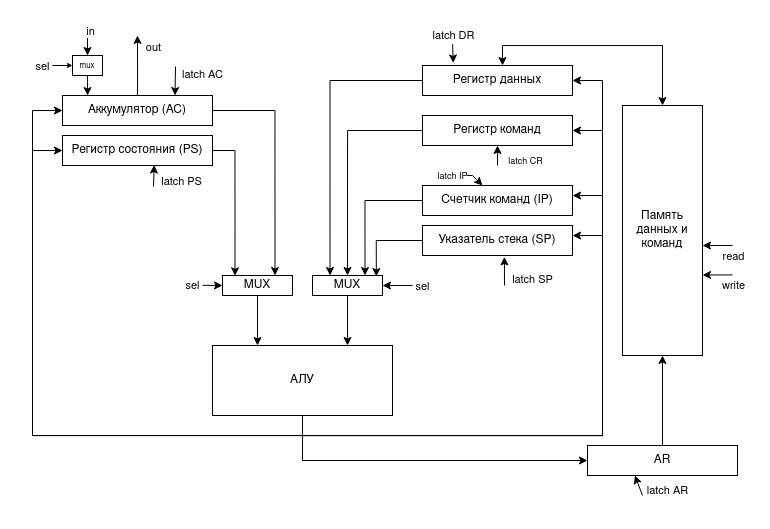
Above: img/datapath.png in Moleus/comp-arch-lab3 (draw.io), before the change. Source tidied: cells renumbered, new cells last; positions are measured from the earlier drawing's top-left corner, leaving out a move shared by most shapes. Source of this version:
```xml
<mxGraphModel>
  <root>
    <mxCell id="0" />
    <mxCell id="1" parent="0" />
    <mxCell id="2" style="edgeStyle=orthogonalEdgeStyle;rounded=0;jettySize=auto;html=1;exitX=1;exitY=0.5;exitDx=0;exitDy=0;entryX=0.75;entryY=0;entryDx=0;entryDy=0;" parent="1" edge="1" source="5" target="29">
      <mxGeometry relative="1" as="geometry" />
    </mxCell>
    <mxCell id="3" style="edgeStyle=orthogonalEdgeStyle;rounded=0;jettySize=auto;html=1;" parent="1" edge="1" source="5">
      <mxGeometry relative="1" as="geometry">
        <mxPoint x="105" as="targetPoint" />
      </mxGeometry>
    </mxCell>
    <mxCell id="4" value="out" style="edgeLabel;html=1;align=center;verticalAlign=middle;" parent="3" vertex="1">
      <mxGeometry x="0.63" y="-4" relative="1" as="geometry">
        <mxPoint x="11" as="offset" />
      </mxGeometry>
    </mxCell>
    <mxCell id="5" value="&lt;div&gt;Аккумулятор (AC)&lt;/div&gt;" style="rounded=0;whiteSpace=wrap;html=1;" parent="1" vertex="1">
      <mxGeometry x="30" y="60" width="150" height="30" as="geometry" />
    </mxCell>
    <mxCell id="6" value="&lt;div&gt;Регистр состояния (PS)&lt;/div&gt;" style="rounded=0;whiteSpace=wrap;html=1;" parent="1" vertex="1">
      <mxGeometry x="30" y="100" width="150" height="30" as="geometry" />
    </mxCell>
    <mxCell id="7" value="Указатель стека (SP)" style="rounded=0;whiteSpace=wrap;html=1;" parent="1" vertex="1">
      <mxGeometry x="390" y="190" width="150" height="30" as="geometry" />
    </mxCell>
    <mxCell id="8" style="edgeStyle=orthogonalEdgeStyle;rounded=0;jettySize=auto;html=1;entryX=0.25;entryY=0;entryDx=0;entryDy=0;" parent="1" edge="1" source="10" target="25">
      <mxGeometry relative="1" as="geometry" />
    </mxCell>
    <mxCell id="9" style="edgeStyle=orthogonalEdgeStyle;rounded=0;jettySize=auto;html=1;entryX=0.5;entryY=1;entryDx=0;entryDy=0;startArrow=classic;startFill=1;" parent="1" edge="1" source="10" target="20">
      <mxGeometry relative="1" as="geometry">
        <Array as="points">
          <mxPoint x="470" y="10" />
          <mxPoint x="630" y="10" />
        </Array>
      </mxGeometry>
    </mxCell>
    <mxCell id="10" value="&lt;div&gt;Регистр данных&lt;/div&gt;" style="rounded=0;whiteSpace=wrap;html=1;" parent="1" vertex="1">
      <mxGeometry x="390" y="30" width="150" height="30" as="geometry" />
    </mxCell>
    <mxCell id="11" style="edgeStyle=orthogonalEdgeStyle;rounded=0;jettySize=auto;html=1;entryX=0.5;entryY=0;entryDx=0;entryDy=0;" parent="1" edge="1" source="12" target="25">
      <mxGeometry relative="1" as="geometry" />
    </mxCell>
    <mxCell id="12" value="&lt;div&gt;Регистр команд&lt;/div&gt;" style="rounded=0;whiteSpace=wrap;html=1;" parent="1" vertex="1">
      <mxGeometry x="390" y="80" width="150" height="30" as="geometry" />
    </mxCell>
    <mxCell id="13" value="&lt;div&gt;Счетчик команд (IP)&lt;/div&gt;" style="rounded=0;whiteSpace=wrap;html=1;" parent="1" vertex="1">
      <mxGeometry x="390" y="150" width="150" height="30" as="geometry" />
    </mxCell>
    <mxCell id="14" style="edgeStyle=orthogonalEdgeStyle;rounded=0;jettySize=auto;html=1;exitX=0.5;exitY=1;exitDx=0;exitDy=0;" parent="1" edge="1" source="17" target="19">
      <mxGeometry relative="1" as="geometry">
        <Array as="points">
          <mxPoint x="270" y="425" />
        </Array>
      </mxGeometry>
    </mxCell>
    <mxCell id="15" style="edgeStyle=orthogonalEdgeStyle;rounded=0;jettySize=auto;html=1;exitX=0.5;exitY=1;exitDx=0;exitDy=0;" parent="1" edge="1" source="17" target="10">
      <mxGeometry relative="1" as="geometry">
        <Array as="points">
          <mxPoint x="270" y="400" />
          <mxPoint x="570" y="400" />
          <mxPoint x="570" y="45" />
        </Array>
      </mxGeometry>
    </mxCell>
    <mxCell id="16" style="edgeStyle=orthogonalEdgeStyle;rounded=0;jettySize=auto;html=1;" parent="1" edge="1" source="17" target="5">
      <mxGeometry relative="1" as="geometry">
        <Array as="points">
          <mxPoint x="270" y="400" />
          <mxPoint y="400" />
          <mxPoint y="75" />
        </Array>
      </mxGeometry>
    </mxCell>
    <mxCell id="17" value="АЛУ" style="rounded=0;whiteSpace=wrap;html=1;" parent="1" vertex="1">
      <mxGeometry x="180" y="310" width="180" height="70" as="geometry" />
    </mxCell>
    <mxCell id="18" style="edgeStyle=orthogonalEdgeStyle;rounded=0;jettySize=auto;html=1;" parent="1" edge="1" source="19" target="20">
      <mxGeometry relative="1" as="geometry" />
    </mxCell>
    <mxCell id="19" value="&lt;div&gt;AR&lt;/div&gt;" style="rounded=0;whiteSpace=wrap;html=1;" parent="1" vertex="1">
      <mxGeometry x="555" y="410" width="150" height="30" as="geometry" />
    </mxCell>
    <mxCell id="20" value="Память данных и команд" style="rounded=0;whiteSpace=wrap;html=1;direction=west;" parent="1" vertex="1">
      <mxGeometry x="590" y="70" width="80" height="250" as="geometry" />
    </mxCell>
    <mxCell id="21" style="edgeStyle=orthogonalEdgeStyle;rounded=0;jettySize=auto;html=1;entryX=0.75;entryY=0;entryDx=0;entryDy=0;" parent="1" edge="1" source="13" target="25">
      <mxGeometry relative="1" as="geometry" />
    </mxCell>
    <mxCell id="22" style="edgeStyle=orthogonalEdgeStyle;rounded=0;jettySize=auto;html=1;entryX=0.912;entryY=0.05;entryDx=0;entryDy=0;entryPerimeter=0;" parent="1" edge="1" source="7" target="25">
      <mxGeometry relative="1" as="geometry" />
    </mxCell>
    <mxCell id="23" style="edgeStyle=orthogonalEdgeStyle;rounded=0;jettySize=auto;html=1;entryX=0.25;entryY=0;entryDx=0;entryDy=0;exitX=0.5;exitY=1;exitDx=0;exitDy=0;" parent="1" edge="1" source="29" target="17">
      <mxGeometry relative="1" as="geometry" />
    </mxCell>
    <mxCell id="24" style="edgeStyle=orthogonalEdgeStyle;rounded=0;jettySize=auto;html=1;entryX=0.75;entryY=0;entryDx=0;entryDy=0;" parent="1" edge="1" source="25" target="17">
      <mxGeometry relative="1" as="geometry" />
    </mxCell>
    <mxCell id="25" value="MUX" style="rounded=0;whiteSpace=wrap;html=1;" parent="1" vertex="1">
      <mxGeometry x="280" y="240" width="70" height="20" as="geometry" />
    </mxCell>
    <mxCell id="26" style="edgeStyle=orthogonalEdgeStyle;rounded=0;jettySize=auto;html=1;exitX=0.5;exitY=1;exitDx=0;exitDy=0;" parent="1" edge="1" source="17" target="12">
      <mxGeometry relative="1" as="geometry">
        <Array as="points">
          <mxPoint x="270" y="400" />
          <mxPoint x="570" y="400" />
          <mxPoint x="570" y="95" />
        </Array>
      </mxGeometry>
    </mxCell>
    <mxCell id="27" style="edgeStyle=orthogonalEdgeStyle;rounded=0;jettySize=auto;html=1;exitX=0.5;exitY=1;exitDx=0;exitDy=0;" parent="1" edge="1" source="17" target="7">
      <mxGeometry relative="1" as="geometry">
        <Array as="points">
          <mxPoint x="270" y="400" />
          <mxPoint x="570" y="400" />
          <mxPoint x="570" y="200" />
        </Array>
      </mxGeometry>
    </mxCell>
    <mxCell id="28" style="edgeStyle=orthogonalEdgeStyle;rounded=0;jettySize=auto;html=1;entryX=0.179;entryY=0.014;entryDx=0;entryDy=0;entryPerimeter=0;exitX=1;exitY=0.5;exitDx=0;exitDy=0;" parent="1" edge="1" source="6" target="29">
      <mxGeometry relative="1" as="geometry" />
    </mxCell>
    <mxCell id="29" value="MUX" style="rounded=0;whiteSpace=wrap;html=1;" parent="1" vertex="1">
      <mxGeometry x="190" y="240" width="70" height="20" as="geometry" />
    </mxCell>
    <mxCell id="30" style="edgeStyle=orthogonalEdgeStyle;rounded=0;jettySize=auto;html=1;exitX=0.5;exitY=1;exitDx=0;exitDy=0;" parent="1" edge="1" source="17" target="13">
      <mxGeometry relative="1" as="geometry">
        <Array as="points">
          <mxPoint x="270" y="400" />
          <mxPoint x="570" y="400" />
          <mxPoint x="570" y="160" />
        </Array>
      </mxGeometry>
    </mxCell>
    <mxCell id="31" style="endArrow=classic;html=1;rounded=0;entryX=0.75;entryY=0;entryDx=0;entryDy=0;" parent="1" edge="1" target="5">
      <mxGeometry relative="1" as="geometry">
        <mxPoint x="143" y="31" as="sourcePoint" />
      </mxGeometry>
    </mxCell>
    <mxCell id="32" value="latch AC" style="edgeLabel;html=1;align=center;verticalAlign=middle;" parent="31" vertex="1">
      <mxGeometry x="-0.48" relative="1" as="geometry">
        <mxPoint x="27" as="offset" />
      </mxGeometry>
    </mxCell>
    <mxCell id="33" style="endArrow=classic;html=1;rounded=0;entryX=0.611;entryY=0.984;entryDx=0;entryDy=0;entryPerimeter=0;" parent="1" edge="1" target="6">
      <mxGeometry relative="1" as="geometry">
        <mxPoint x="121" y="151" as="sourcePoint" />
      </mxGeometry>
    </mxCell>
    <mxCell id="34" value="&lt;div&gt;latch PS&lt;/div&gt;" style="edgeLabel;html=1;align=center;verticalAlign=middle;" parent="33" vertex="1">
      <mxGeometry x="-0.48" relative="1" as="geometry">
        <mxPoint x="27" as="offset" />
      </mxGeometry>
    </mxCell>
    <mxCell id="35" style="endArrow=classic;html=1;rounded=0;entryX=0.546;entryY=1.047;entryDx=0;entryDy=0;entryPerimeter=0;" parent="1" edge="1" target="7">
      <mxGeometry relative="1" as="geometry">
        <mxPoint x="472" y="250" as="sourcePoint" />
      </mxGeometry>
    </mxCell>
    <mxCell id="36" value="&lt;div&gt;latch SP&lt;br&gt;&lt;/div&gt;" style="edgeLabel;html=1;align=center;verticalAlign=middle;" parent="35" vertex="1">
      <mxGeometry x="-0.48" relative="1" as="geometry">
        <mxPoint x="27" as="offset" />
      </mxGeometry>
    </mxCell>
    <mxCell id="37" style="endArrow=classic;html=1;rounded=0;entryX=1;entryY=0.5;entryDx=0;entryDy=0;" parent="1" edge="1" target="25">
      <mxGeometry relative="1" as="geometry">
        <mxPoint x="380" y="250" as="sourcePoint" />
      </mxGeometry>
    </mxCell>
    <mxCell id="38" value="&lt;div&gt;sel&lt;/div&gt;" style="edgeLabel;html=1;align=center;verticalAlign=middle;" parent="37" vertex="1">
      <mxGeometry x="-0.48" relative="1" as="geometry">
        <mxPoint x="18" as="offset" />
      </mxGeometry>
    </mxCell>
    <mxCell id="39" style="endArrow=classic;html=1;rounded=0;entryX=0;entryY=0.5;entryDx=0;entryDy=0;" parent="1" edge="1" target="29">
      <mxGeometry relative="1" as="geometry">
        <mxPoint x="170" y="249.8" as="sourcePoint" />
      </mxGeometry>
    </mxCell>
    <mxCell id="40" value="&lt;div&gt;sel&lt;/div&gt;" style="edgeLabel;html=1;align=center;verticalAlign=middle;" parent="39" vertex="1">
      <mxGeometry x="-0.48" relative="1" as="geometry">
        <mxPoint x="-15" as="offset" />
      </mxGeometry>
    </mxCell>
    <mxCell id="41" style="endArrow=classic;html=1;rounded=0;entryX=0.5;entryY=0;entryDx=0;entryDy=0;" parent="1" edge="1" target="44">
      <mxGeometry relative="1" as="geometry">
        <mxPoint x="55" as="sourcePoint" />
      </mxGeometry>
    </mxCell>
    <mxCell id="42" value="in" style="edgeLabel;html=1;align=center;verticalAlign=middle;" parent="41" vertex="1">
      <mxGeometry x="-0.48" relative="1" as="geometry">
        <mxPoint x="2" y="-9" as="offset" />
      </mxGeometry>
    </mxCell>
    <mxCell id="43" style="edgeStyle=orthogonalEdgeStyle;rounded=0;jettySize=auto;html=1;exitX=0.5;exitY=1;exitDx=0;exitDy=0;entryX=0;entryY=0.5;entryDx=0;entryDy=0;" parent="1" edge="1" source="17" target="6">
      <mxGeometry relative="1" as="geometry">
        <Array as="points">
          <mxPoint x="270" y="400" />
          <mxPoint y="400" />
          <mxPoint y="115" />
        </Array>
      </mxGeometry>
    </mxCell>
    <mxCell id="44" value="&lt;font style=&quot;font-size: 8px;&quot;&gt;mux&lt;/font&gt;" style="rounded=0;whiteSpace=wrap;html=1;" parent="1" vertex="1">
      <mxGeometry x="40" y="20" width="30" height="20" as="geometry" />
    </mxCell>
    <mxCell id="45" style="edgeStyle=orthogonalEdgeStyle;rounded=0;jettySize=auto;html=1;entryX=0.17;entryY=-0.019;entryDx=0;entryDy=0;entryPerimeter=0;" parent="1" edge="1" source="44" target="5">
      <mxGeometry relative="1" as="geometry" />
    </mxCell>
    <mxCell id="46" style="endArrow=classic;html=1;rounded=0;jumpSize=3;startSize=3;strokeWidth=1;endSize=3;" parent="1" edge="1" target="44">
      <mxGeometry relative="1" as="geometry">
        <mxPoint x="20" y="30" as="sourcePoint" />
      </mxGeometry>
    </mxCell>
    <mxCell id="47" value="&lt;div&gt;sel&lt;/div&gt;" style="edgeLabel;html=1;align=center;verticalAlign=middle;" parent="46" vertex="1">
      <mxGeometry x="-0.48" relative="1" as="geometry">
        <mxPoint x="-15" as="offset" />
      </mxGeometry>
    </mxCell>
    <mxCell id="48" style="endArrow=classic;html=1;rounded=0;entryX=0.205;entryY=-0.086;entryDx=0;entryDy=0;entryPerimeter=0;" parent="1" edge="1" target="10">
      <mxGeometry relative="1" as="geometry">
        <mxPoint x="420.1" y="8.6" as="sourcePoint" />
      </mxGeometry>
    </mxCell>
    <mxCell id="49" value="&lt;div&gt;latch DR&lt;br&gt;&lt;/div&gt;" style="edgeLabel;html=1;align=center;verticalAlign=middle;" parent="48" vertex="1">
      <mxGeometry x="-0.48" relative="1" as="geometry">
        <mxPoint y="-14" as="offset" />
      </mxGeometry>
    </mxCell>
    <mxCell id="50" style="endArrow=classic;html=1;rounded=0;" parent="1" edge="1" target="12">
      <mxGeometry relative="1" as="geometry">
        <mxPoint x="465" y="130" as="sourcePoint" />
      </mxGeometry>
    </mxCell>
    <mxCell id="51" value="&lt;div style=&quot;font-size: 9px;&quot;&gt;&lt;font style=&quot;font-size: 9px;&quot;&gt;latch CR&lt;br&gt;&lt;/font&gt;&lt;/div&gt;" style="edgeLabel;html=1;align=center;verticalAlign=middle;" parent="50" vertex="1">
      <mxGeometry x="-0.48" relative="1" as="geometry">
        <mxPoint x="27" as="offset" />
      </mxGeometry>
    </mxCell>
    <mxCell id="52" style="endArrow=classic;html=1;rounded=0;" parent="1" edge="1" target="13">
      <mxGeometry relative="1" as="geometry">
        <mxPoint x="430" y="140" as="sourcePoint" />
        <Array as="points">
          <mxPoint x="440" y="140" />
        </Array>
      </mxGeometry>
    </mxCell>
    <mxCell id="53" value="&lt;div style=&quot;font-size: 9px;&quot;&gt;&lt;font style=&quot;font-size: 9px;&quot;&gt;latch IP&lt;br&gt;&lt;/font&gt;&lt;/div&gt;" style="edgeLabel;html=1;align=center;verticalAlign=middle;" parent="52" vertex="1">
      <mxGeometry x="-0.48" relative="1" as="geometry">
        <mxPoint x="-16" as="offset" />
      </mxGeometry>
    </mxCell>
    <mxCell id="54" style="endArrow=classic;html=1;rounded=0;entryX=0.316;entryY=1;entryDx=0;entryDy=0;entryPerimeter=0;" parent="1" edge="1" target="19">
      <mxGeometry relative="1" as="geometry">
        <mxPoint x="610" y="460" as="sourcePoint" />
      </mxGeometry>
    </mxCell>
    <mxCell id="55" value="&lt;div&gt;latch AR&lt;br&gt;&lt;/div&gt;" style="edgeLabel;html=1;align=center;verticalAlign=middle;" parent="54" vertex="1">
      <mxGeometry x="-0.48" relative="1" as="geometry">
        <mxPoint x="27" as="offset" />
      </mxGeometry>
    </mxCell>
    <mxCell id="56" style="endArrow=classic;html=1;rounded=0;" parent="1" edge="1">
      <mxGeometry relative="1" as="geometry">
        <mxPoint x="700" y="210" as="sourcePoint" />
        <mxPoint x="670" y="210" as="targetPoint" />
      </mxGeometry>
    </mxCell>
    <mxCell id="57" value="&lt;div&gt;read&lt;/div&gt;" style="edgeLabel;html=1;align=center;verticalAlign=middle;" parent="56" vertex="1">
      <mxGeometry x="-0.57" y="3" relative="1" as="geometry">
        <mxPoint x="6" y="7" as="offset" />
      </mxGeometry>
    </mxCell>
    <mxCell id="58" style="endArrow=classic;html=1;rounded=0;" parent="1" edge="1">
      <mxGeometry relative="1" as="geometry">
        <mxPoint x="700" y="239.4" as="sourcePoint" />
        <mxPoint x="670" y="239.4" as="targetPoint" />
      </mxGeometry>
    </mxCell>
    <mxCell id="59" value="&lt;div&gt;write&lt;/div&gt;" style="edgeLabel;html=1;align=center;verticalAlign=middle;" parent="58" vertex="1">
      <mxGeometry x="-0.57" y="3" relative="1" as="geometry">
        <mxPoint x="6" y="7" as="offset" />
      </mxGeometry>
    </mxCell>
  </root>
</mxGraphModel>
```
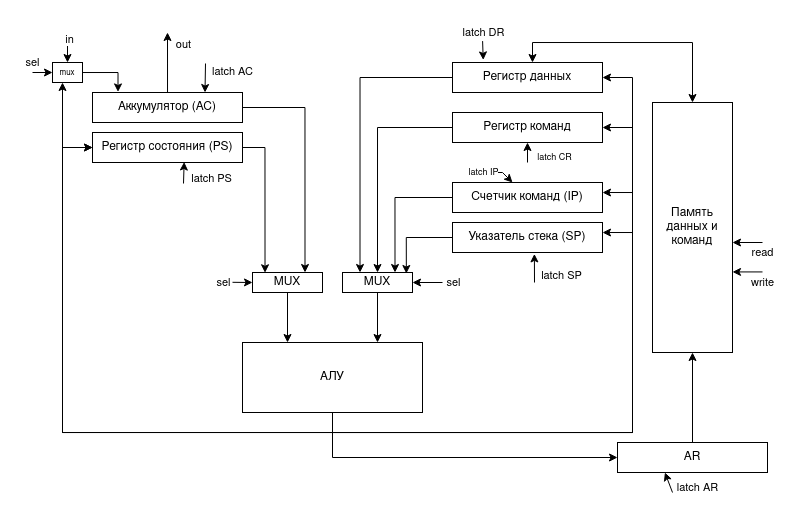
After the commit.

What changed in the source:
```diff
@@ -63,12 +63,11 @@
         </Array>
       </mxGeometry>
     </mxCell>
-    <mxCell id="16" style="edgeStyle=orthogonalEdgeStyle;rounded=0;jettySize=auto;html=1;" parent="1" edge="1" source="17" target="5">
+    <mxCell id="16" style="edgeStyle=orthogonalEdgeStyle;rounded=0;jettySize=auto;html=1;" parent="1" edge="1" source="17" target="44">
       <mxGeometry relative="1" as="geometry">
         <Array as="points">
           <mxPoint x="270" y="400" />
           <mxPoint y="400" />
-          <mxPoint y="75" />
         </Array>
       </mxGeometry>
     </mxCell>
@@ -184,7 +183,7 @@
     </mxCell>
     <mxCell id="41" style="endArrow=classic;html=1;rounded=0;entryX=0.5;entryY=0;entryDx=0;entryDy=0;" parent="1" edge="1" target="44">
       <mxGeometry relative="1" as="geometry">
-        <mxPoint x="55" as="sourcePoint" />
+        <mxPoint x="5" y="10" as="sourcePoint" />
       </mxGeometry>
     </mxCell>
     <mxCell id="42" value="in" style="edgeLabel;html=1;align=center;verticalAlign=middle;" parent="41" vertex="1">
@@ -202,7 +201,7 @@
       </mxGeometry>
     </mxCell>
     <mxCell id="44" value="&lt;font style=&quot;font-size: 8px;&quot;&gt;mux&lt;/font&gt;" style="rounded=0;whiteSpace=wrap;html=1;" parent="1" vertex="1">
-      <mxGeometry x="40" y="20" width="30" height="20" as="geometry" />
+      <mxGeometry x="-10" y="30" width="30" height="20" as="geometry" />
     </mxCell>
     <mxCell id="45" style="edgeStyle=orthogonalEdgeStyle;rounded=0;jettySize=auto;html=1;entryX=0.17;entryY=-0.019;entryDx=0;entryDy=0;entryPerimeter=0;" parent="1" edge="1" source="44" target="5">
       <mxGeometry relative="1" as="geometry" />
@@ -214,7 +213,7 @@
     </mxCell>
     <mxCell id="47" value="&lt;div&gt;sel&lt;/div&gt;" style="edgeLabel;html=1;align=center;verticalAlign=middle;" parent="46" vertex="1">
       <mxGeometry x="-0.48" relative="1" as="geometry">
-        <mxPoint x="-15" as="offset" />
+        <mxPoint x="-50" as="offset" />
       </mxGeometry>
     </mxCell>
     <mxCell id="48" style="endArrow=classic;html=1;rounded=0;entryX=0.205;entryY=-0.086;entryDx=0;entryDy=0;entryPerimeter=0;" parent="1" edge="1" target="10">
@@ -282,5 +281,19 @@
         <mxPoint x="6" y="7" as="offset" />
       </mxGeometry>
     </mxCell>
+    <mxCell id="60" style="edgeStyle=orthogonalEdgeStyle;rounded=0;jettySize=auto;html=1;exitX=0.5;exitY=1;exitDx=0;exitDy=0;entryX=0;entryY=0.5;entryDx=0;entryDy=0;" parent="1" edge="1" source="17" target="6">
+      <mxGeometry relative="1" as="geometry">
+        <Array as="points">
+          <mxPoint x="270" y="400" />
+          <mxPoint y="400" />
+          <mxPoint y="115" />
+        </Array>
+      </mxGeometry>
+    </mxCell>
+    <mxCell id="61" style="endArrow=classic;html=1;rounded=0;" parent="1" edge="1" target="44">
+      <mxGeometry relative="1" as="geometry">
+        <mxPoint x="-30" y="40" as="sourcePoint" />
+      </mxGeometry>
+    </mxCell>
   </root>
 </mxGraphModel>
```
